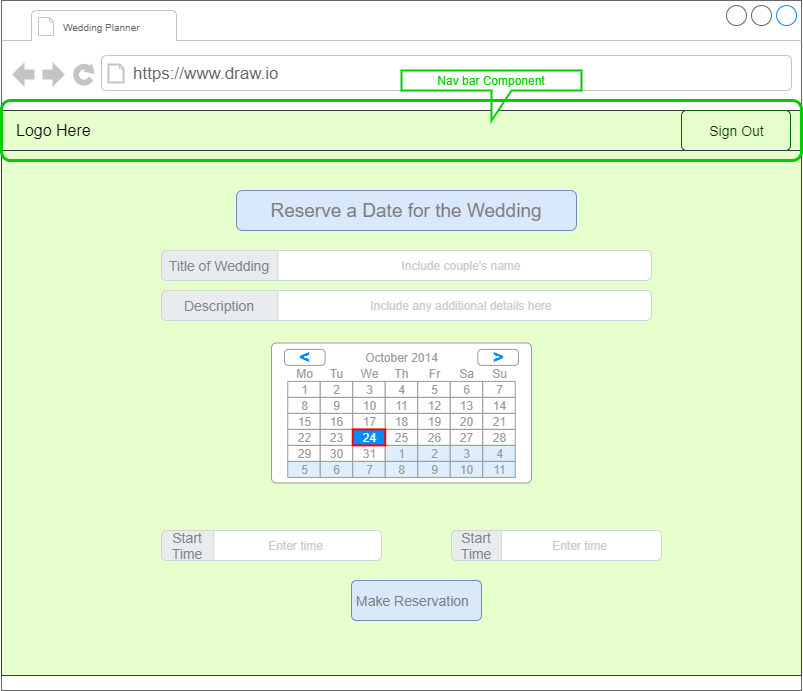
This is assets/imgs/readme/wireframe5-reservation.png from wedding-planner-app/wedding-planner, a draw.io export, as it was before one commit. Source tidied: cells renumbered, new cells last; positions are measured from the earlier drawing's top-left corner, leaving out a move shared by most shapes.
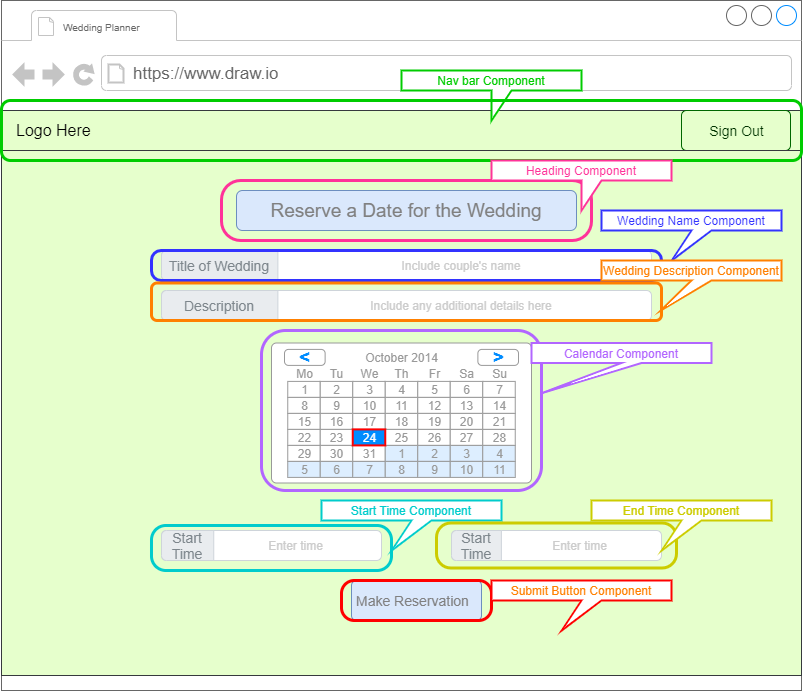
The same diagram one commit later.

Commit message:
added components to the reservation wire frame

Change to the diagram source:
```diff
@@ -227,5 +227,47 @@
     <mxCell id="76" value="&lt;span style=&quot;font-weight: normal&quot;&gt;Make Reservation&lt;/span&gt;" style="html=1;shadow=0;dashed=0;shape=mxgraph.bootstrap.rrect;rSize=5;strokeColor=#6c8ebf;strokeWidth=1;fillColor=#dae8fc;whiteSpace=wrap;align=left;verticalAlign=middle;spacingLeft=0;fontStyle=1;fontSize=14;spacing=5;rounded=1;fontColor=#808080;" parent="2" vertex="1">
       <mxGeometry x="350" y="580" width="130" height="40" as="geometry" />
     </mxCell>
+    <mxCell id="77" style="rounded=1;whiteSpace=wrap;html=1;fillColor=none;strokeWidth=3;arcSize=32;strokeColor=#FF3399;" parent="2" vertex="1">
+      <mxGeometry x="220" y="180" width="370" height="60" as="geometry" />
+    </mxCell>
+    <mxCell id="78" value="&lt;font color=&quot;#ff3399&quot;&gt;Heading Component&lt;/font&gt;" style="shape=callout;whiteSpace=wrap;html=1;perimeter=calloutPerimeter;strokeWidth=2;strokeColor=#FF3399;" parent="2" vertex="1">
+      <mxGeometry x="490" y="160" width="180" height="50" as="geometry" />
+    </mxCell>
+    <mxCell id="79" style="rounded=1;whiteSpace=wrap;html=1;fillColor=none;strokeWidth=3;arcSize=32;strokeColor=#3333FF;" parent="2" vertex="1">
+      <mxGeometry x="150" y="250" width="510" height="30" as="geometry" />
+    </mxCell>
+    <mxCell id="80" value="&lt;font color=&quot;#3333ff&quot;&gt;Wedding Name Component&lt;/font&gt;" style="shape=callout;whiteSpace=wrap;html=1;perimeter=calloutPerimeter;strokeWidth=2;position2=0.39;strokeColor=#3333FF;" parent="2" vertex="1">
+      <mxGeometry x="600" y="210" width="180" height="50" as="geometry" />
+    </mxCell>
+    <mxCell id="81" style="rounded=1;whiteSpace=wrap;html=1;fillColor=none;strokeWidth=3;strokeColor=#FF8000;" parent="2" vertex="1">
+      <mxGeometry x="150" y="282.5" width="510" height="37.5" as="geometry" />
+    </mxCell>
+    <mxCell id="82" value="&lt;font color=&quot;#ff8000&quot;&gt;Wedding Description Component&lt;/font&gt;" style="shape=callout;whiteSpace=wrap;html=1;perimeter=calloutPerimeter;strokeWidth=2;position2=0.33;strokeColor=#FF8000;" parent="2" vertex="1">
+      <mxGeometry x="600" y="260" width="180" height="50" as="geometry" />
+    </mxCell>
+    <mxCell id="83" style="rounded=1;whiteSpace=wrap;html=1;fillColor=none;strokeWidth=3;strokeColor=#B266FF;" parent="2" vertex="1">
+      <mxGeometry x="260" y="330" width="280" height="160" as="geometry" />
+    </mxCell>
+    <mxCell id="84" value="&lt;font color=&quot;#b266ff&quot;&gt;Calendar Component&lt;/font&gt;" style="shape=callout;whiteSpace=wrap;html=1;perimeter=calloutPerimeter;strokeWidth=2;position2=0.06;strokeColor=#B266FF;" parent="2" vertex="1">
+      <mxGeometry x="530" y="342.5" width="180" height="50" as="geometry" />
+    </mxCell>
+    <mxCell id="85" style="rounded=1;whiteSpace=wrap;html=1;fillColor=none;strokeWidth=3;arcSize=32;strokeColor=#FF0000;" parent="2" vertex="1">
+      <mxGeometry x="340" y="580" width="150" height="40" as="geometry" />
+    </mxCell>
+    <mxCell id="86" value="&lt;font color=&quot;#ff8000&quot;&gt;Submit Button Component&lt;/font&gt;" style="shape=callout;whiteSpace=wrap;html=1;perimeter=calloutPerimeter;strokeWidth=2;position2=0.39;strokeColor=#FF0000;" parent="2" vertex="1">
+      <mxGeometry x="490" y="580" width="180" height="50" as="geometry" />
+    </mxCell>
+    <mxCell id="87" style="rounded=1;whiteSpace=wrap;html=1;fillColor=none;strokeWidth=3;arcSize=32;strokeColor=#00CCCC;" parent="2" vertex="1">
+      <mxGeometry x="150" y="525" width="240" height="45" as="geometry" />
+    </mxCell>
+    <mxCell id="88" value="&lt;font color=&quot;#00cccc&quot;&gt;Start Time Component&lt;/font&gt;" style="shape=callout;whiteSpace=wrap;html=1;perimeter=calloutPerimeter;strokeWidth=2;position2=0.39;strokeColor=#00CCCC;" parent="2" vertex="1">
+      <mxGeometry x="320" y="500" width="180" height="50" as="geometry" />
+    </mxCell>
+    <mxCell id="89" style="rounded=1;whiteSpace=wrap;html=1;fillColor=none;strokeWidth=3;arcSize=32;strokeColor=#CCCC00;" parent="2" vertex="1">
+      <mxGeometry x="435" y="522.5" width="240" height="45" as="geometry" />
+    </mxCell>
+    <mxCell id="90" value="&lt;font color=&quot;#cccc00&quot;&gt;End Time Component&lt;/font&gt;" style="shape=callout;whiteSpace=wrap;html=1;perimeter=calloutPerimeter;strokeWidth=2;position2=0.39;strokeColor=#CCCC00;" parent="2" vertex="1">
+      <mxGeometry x="590" y="500" width="180" height="50" as="geometry" />
+    </mxCell>
   </root>
 </mxGraphModel>
```
